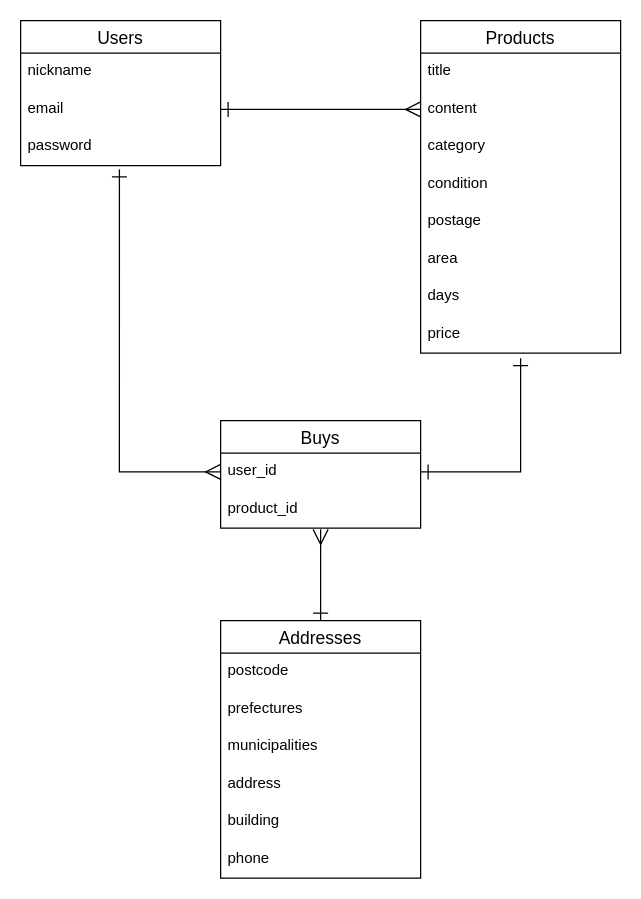
The draw.io diagram ER.dio in miki0221/furima-38086, before the edit. Source tidied: cells renumbered, new cells numbered last; positions are measured from the earlier drawing's top-left corner, leaving out a move shared by most shapes. Both pictures are drawn from the tidied source at 125%, with x=0, y=0 at pixel (20, 20).
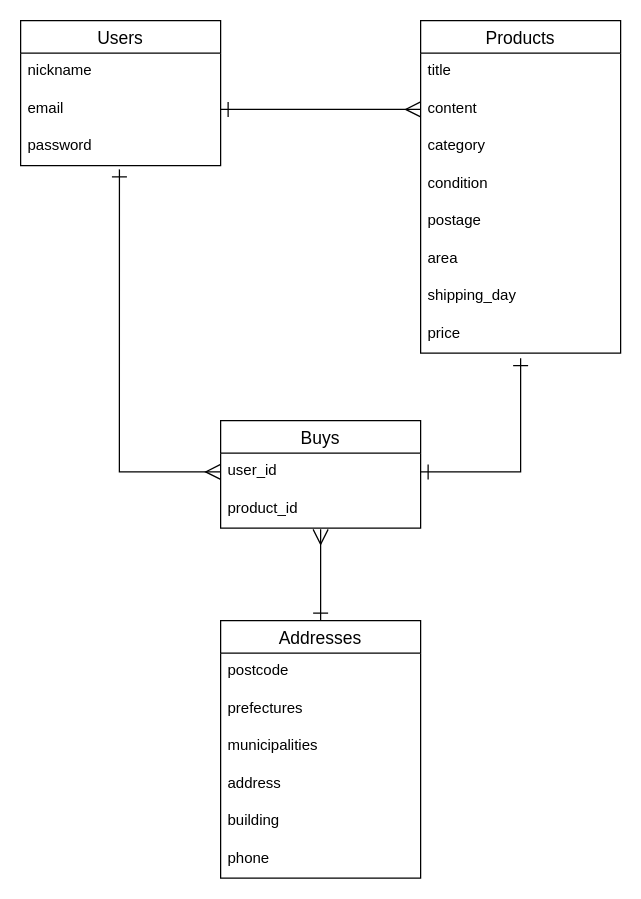
The same diagram, later.

Commit message:
カラム名の修正

The change refers to these unchanged cells:
```xml
<mxCell id="6" value="Products" style="swimlane;fontStyle=0;horizontal=1;startSize=26;align=center;fontSize=14;" parent="1" vertex="1">
  <mxGeometry x="320" width="160" height="266" as="geometry" />
</mxCell>
```

What changed in the source:
```diff
@@
-    <mxCell id="13" value="days" style="text;strokeColor=none;fillColor=none;spacingLeft=4;spacingRight=4;overflow=hidden;fontSize=12;" parent="6" vertex="1">
+    <mxCell id="13" value="shipping_day" style="text;strokeColor=none;fillColor=none;spacingLeft=4;spacingRight=4;overflow=hidden;fontSize=12;" parent="6" vertex="1">
       <mxGeometry y="206" width="160" height="30" as="geometry" />
     </mxCell>
```
